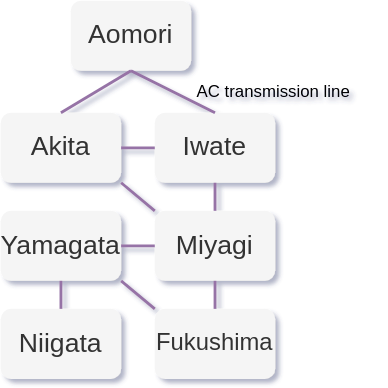
This is docs/images/model.svg from tetsu26/Calliope-seminar, a draw.io export, as it was before one commit. Source tidied: cells renumbered, new cells last; positions are measured from the earlier drawing's top-left corner, leaving out a move shared by most shapes. Its diagram source:
```xml
<mxGraphModel>
  <root>
    <mxCell id="0" />
    <mxCell id="1" parent="0" />
    <mxCell id="2" value="&lt;font style=&quot;font-size: 19px&quot;&gt;Aomori&lt;/font&gt;" style="rounded=1;whiteSpace=wrap;html=1;fillColor=#f5f5f5;fontColor=#333333;strokeColor=none;" parent="1" vertex="1">
      <mxGeometry x="50" width="86" height="50" as="geometry" />
    </mxCell>
    <mxCell id="3" value="&lt;font style=&quot;font-size: 19px&quot;&gt;Iwate&lt;/font&gt;" style="rounded=1;whiteSpace=wrap;html=1;fillColor=#f5f5f5;fontColor=#333333;strokeColor=none;" parent="1" vertex="1">
      <mxGeometry x="110" y="80" width="86" height="50" as="geometry" />
    </mxCell>
    <mxCell id="4" value="&lt;font style=&quot;font-size: 19px&quot;&gt;Akita&lt;/font&gt;" style="rounded=1;whiteSpace=wrap;html=1;fillColor=#f5f5f5;fontColor=#333333;strokeColor=none;" parent="1" vertex="1">
      <mxGeometry y="80" width="86" height="50" as="geometry" />
    </mxCell>
    <mxCell id="5" value="&lt;font style=&quot;font-size: 19px&quot;&gt;Miyagi&lt;/font&gt;" style="rounded=1;whiteSpace=wrap;html=1;fillColor=#f5f5f5;fontColor=#333333;strokeColor=none;" parent="1" vertex="1">
      <mxGeometry x="110" y="150" width="86" height="50" as="geometry" />
    </mxCell>
    <mxCell id="6" value="&lt;font style=&quot;font-size: 19px&quot;&gt;Yamagata&lt;/font&gt;" style="rounded=1;whiteSpace=wrap;html=1;fillColor=#f5f5f5;fontColor=#333333;strokeColor=none;" parent="1" vertex="1">
      <mxGeometry y="150" width="86" height="50" as="geometry" />
    </mxCell>
    <mxCell id="7" value="&lt;font style=&quot;font-size: 17px&quot;&gt;Fukushima&lt;/font&gt;" style="rounded=1;whiteSpace=wrap;html=1;fillColor=#f5f5f5;fontColor=#333333;strokeColor=none;" parent="1" vertex="1">
      <mxGeometry x="110" y="220" width="86" height="50" as="geometry" />
    </mxCell>
    <mxCell id="8" value="&lt;font style=&quot;font-size: 19px&quot;&gt;Niigata&lt;/font&gt;" style="rounded=1;whiteSpace=wrap;html=1;fillColor=#f5f5f5;fontColor=#333333;strokeColor=none;" parent="1" vertex="1">
      <mxGeometry y="220" width="86" height="50" as="geometry" />
    </mxCell>
    <mxCell id="9" style="endArrow=none;html=1;fillColor=#e1d5e7;strokeColor=#9673a6;entryX=0.5;entryY=1;entryDx=0;entryDy=0;exitX=0.5;exitY=0;exitDx=0;exitDy=0;strokeWidth=2;" parent="1" edge="1" source="3" target="2">
      <mxGeometry relative="1" as="geometry" />
    </mxCell>
    <mxCell id="10" style="endArrow=none;html=1;fillColor=#e1d5e7;strokeColor=#9673a6;entryX=0.5;entryY=1;entryDx=0;entryDy=0;exitX=0.5;exitY=0;exitDx=0;exitDy=0;strokeWidth=2;" parent="1" edge="1" source="4" target="2">
      <mxGeometry relative="1" as="geometry" />
    </mxCell>
    <mxCell id="11" style="endArrow=none;html=1;fillColor=#e1d5e7;strokeColor=#9673a6;entryX=1;entryY=0.5;entryDx=0;entryDy=0;exitX=0;exitY=0.5;exitDx=0;exitDy=0;strokeWidth=2;" parent="1" edge="1" source="3" target="4">
      <mxGeometry relative="1" as="geometry" />
    </mxCell>
    <mxCell id="12" style="endArrow=none;html=1;fillColor=#e1d5e7;strokeColor=#9673a6;entryX=0.5;entryY=1;entryDx=0;entryDy=0;exitX=0.5;exitY=0;exitDx=0;exitDy=0;strokeWidth=2;" parent="1" edge="1" source="5" target="3">
      <mxGeometry relative="1" as="geometry" />
    </mxCell>
    <mxCell id="13" style="endArrow=none;html=1;fillColor=#e1d5e7;strokeColor=#9673a6;entryX=1;entryY=1;entryDx=0;entryDy=0;exitX=0;exitY=0;exitDx=0;exitDy=0;strokeWidth=2;" parent="1" edge="1" source="5" target="4">
      <mxGeometry relative="1" as="geometry" />
    </mxCell>
    <mxCell id="14" style="endArrow=none;html=1;fillColor=#e1d5e7;strokeColor=#9673a6;entryX=1;entryY=0.5;entryDx=0;entryDy=0;exitX=0;exitY=0.5;exitDx=0;exitDy=0;strokeWidth=2;" parent="1" edge="1" source="5" target="6">
      <mxGeometry relative="1" as="geometry" />
    </mxCell>
    <mxCell id="15" style="endArrow=none;html=1;fillColor=#e1d5e7;strokeColor=#9673a6;entryX=0.5;entryY=0;entryDx=0;entryDy=0;exitX=0.5;exitY=1;exitDx=0;exitDy=0;strokeWidth=2;" parent="1" edge="1" source="5" target="7">
      <mxGeometry relative="1" as="geometry" />
    </mxCell>
    <mxCell id="16" style="endArrow=none;html=1;fillColor=#e1d5e7;strokeColor=#9673a6;entryX=0;entryY=0;entryDx=0;entryDy=0;exitX=1;exitY=1;exitDx=0;exitDy=0;strokeWidth=2;" parent="1" edge="1" source="6" target="7">
      <mxGeometry relative="1" as="geometry" />
    </mxCell>
    <mxCell id="17" style="endArrow=none;html=1;fillColor=#e1d5e7;strokeColor=#9673a6;entryX=0.5;entryY=0;entryDx=0;entryDy=0;exitX=0.5;exitY=1;exitDx=0;exitDy=0;strokeWidth=2;" parent="1" edge="1" source="6" target="8">
      <mxGeometry relative="1" as="geometry" />
    </mxCell>
    <mxCell id="18" value="AC transmission line" style="text;html=1;strokeColor=none;fillColor=none;align=center;verticalAlign=middle;whiteSpace=wrap;rounded=0;" parent="1" vertex="1">
      <mxGeometry x="120" y="60" width="150" height="10" as="geometry" />
    </mxCell>
  </root>
</mxGraphModel>
```
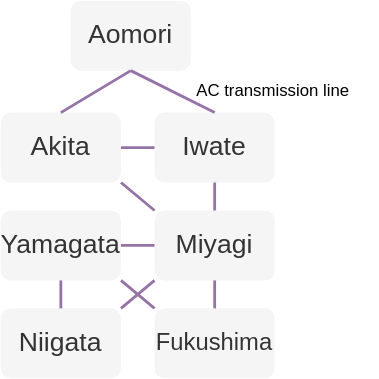
After the change.

Diff of the diagram source:
```diff
@@ -2,9 +2,9 @@
   <root>
     <mxCell id="0" />
     <mxCell id="1" parent="0" />
-    <mxCell id="2" value="&lt;font style=&quot;font-size: 19px&quot;&gt;Aomori&lt;/font&gt;" style="rounded=1;whiteSpace=wrap;html=1;fillColor=#f5f5f5;fontColor=#333333;strokeColor=none;" parent="1" vertex="1">
-      <mxGeometry x="50" width="86" height="50" as="geometry" />
-    </mxCell>
+    <mxCell id="19" value="&lt;font style=&quot;font-size: 19px&quot;&gt;Aomori&lt;/font&gt;" style="rounded=1;whiteSpace=wrap;html=1;fillColor=#f5f5f5;fontColor=#333333;strokeColor=none;" parent="1" vertex="1">
+      <mxGeometry x="50" width="86" height="50" as="geometry" />
+    </mxCell>
     <mxCell id="3" value="&lt;font style=&quot;font-size: 19px&quot;&gt;Iwate&lt;/font&gt;" style="rounded=1;whiteSpace=wrap;html=1;fillColor=#f5f5f5;fontColor=#333333;strokeColor=none;" parent="1" vertex="1">
       <mxGeometry x="110" y="80" width="86" height="50" as="geometry" />
     </mxCell>
@@ -23,12 +23,12 @@
     <mxCell id="8" value="&lt;font style=&quot;font-size: 19px&quot;&gt;Niigata&lt;/font&gt;" style="rounded=1;whiteSpace=wrap;html=1;fillColor=#f5f5f5;fontColor=#333333;strokeColor=none;" parent="1" vertex="1">
       <mxGeometry y="220" width="86" height="50" as="geometry" />
     </mxCell>
-    <mxCell id="9" style="endArrow=none;html=1;fillColor=#e1d5e7;strokeColor=#9673a6;entryX=0.5;entryY=1;entryDx=0;entryDy=0;exitX=0.5;exitY=0;exitDx=0;exitDy=0;strokeWidth=2;" parent="1" edge="1" source="3" target="2">
-      <mxGeometry relative="1" as="geometry" />
-    </mxCell>
-    <mxCell id="10" style="endArrow=none;html=1;fillColor=#e1d5e7;strokeColor=#9673a6;entryX=0.5;entryY=1;entryDx=0;entryDy=0;exitX=0.5;exitY=0;exitDx=0;exitDy=0;strokeWidth=2;" parent="1" edge="1" source="4" target="2">
-      <mxGeometry relative="1" as="geometry" />
-    </mxCell>
+    <mxCell id="20" style="endArrow=none;html=1;fillColor=#e1d5e7;strokeColor=#9673a6;entryX=0.5;entryY=1;entryDx=0;entryDy=0;exitX=0.5;exitY=0;exitDx=0;exitDy=0;strokeWidth=2;" parent="1" edge="1" source="3" target="19">
+      <mxGeometry relative="1" as="geometry" />
+    </mxCell>
+    <mxCell id="21" style="endArrow=none;html=1;fillColor=#e1d5e7;strokeColor=#9673a6;entryX=0.5;entryY=1;entryDx=0;entryDy=0;exitX=0.5;exitY=0;exitDx=0;exitDy=0;strokeWidth=2;" parent="1" edge="1" source="4" target="19">
+      <mxGeometry relative="1" as="geometry" />
+    </mxCell>
     <mxCell id="11" style="endArrow=none;html=1;fillColor=#e1d5e7;strokeColor=#9673a6;entryX=1;entryY=0.5;entryDx=0;entryDy=0;exitX=0;exitY=0.5;exitDx=0;exitDy=0;strokeWidth=2;" parent="1" edge="1" source="3" target="4">
       <mxGeometry relative="1" as="geometry" />
     </mxCell>
@@ -53,5 +53,8 @@
     <mxCell id="18" value="AC transmission line" style="text;html=1;strokeColor=none;fillColor=none;align=center;verticalAlign=middle;whiteSpace=wrap;rounded=0;" parent="1" vertex="1">
       <mxGeometry x="120" y="60" width="150" height="10" as="geometry" />
     </mxCell>
+    <mxCell id="2" style="endArrow=none;html=1;fillColor=#e1d5e7;strokeColor=#9673a6;entryX=1;entryY=0;entryDx=0;entryDy=0;exitX=0;exitY=1;exitDx=0;exitDy=0;strokeWidth=2;" parent="1" edge="1" source="5" target="8">
+      <mxGeometry relative="1" as="geometry" />
+    </mxCell>
   </root>
 </mxGraphModel>
```
